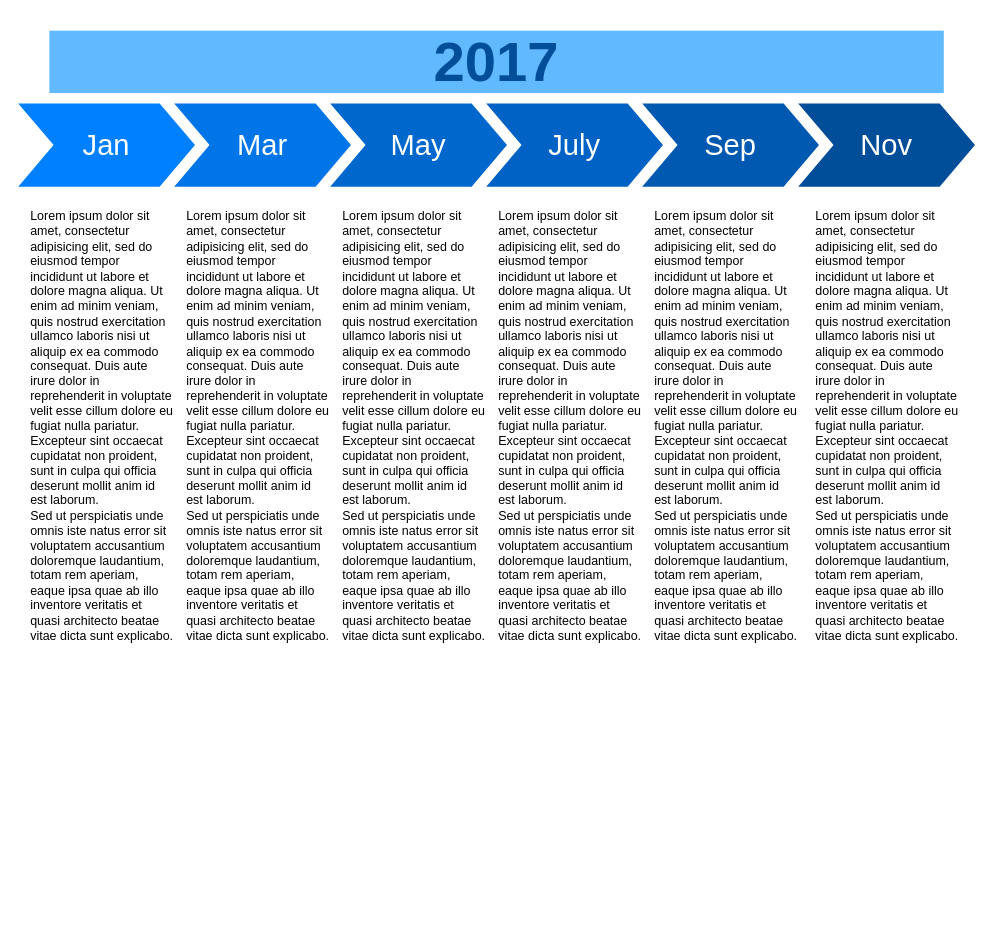
Sec-il-n/sample_4_release keeps this draw.io diagram as 名称未設定ファイル.drawio. Above is the earlier version. Source tidied: cells renumbered, new cells numbered last; positions are measured from the earlier drawing's top-left corner, leaving out a move shared by most shapes. Both pictures are drawn from the tidied source at 104%, with x=0, y=0 at pixel (18, 30).
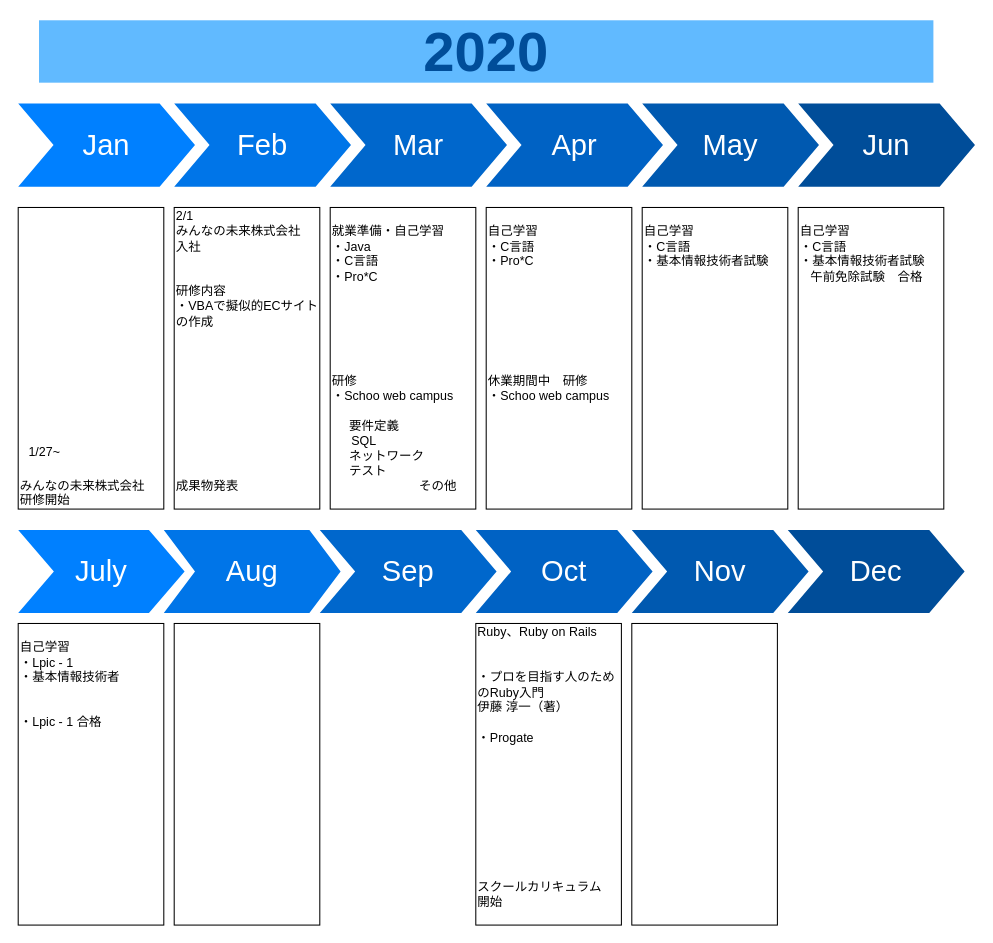
The same page after the edit.

Commit message:
名称未設定ファイル.drawio を更新します

The edit, as a diff of the source:
```diff
@@
-    <mxCell id="3" value="Mar" style="shape=step;whiteSpace=wrap;html=1;fontSize=28;fillColor=#0075E8;fontColor=#FFFFFF;strokeColor=none;" parent="1" vertex="1">
+    <mxCell id="3" value="Feb" style="shape=step;whiteSpace=wrap;html=1;fontSize=28;fillColor=#0075E8;fontColor=#FFFFFF;strokeColor=none;" parent="1" vertex="1">
       <mxGeometry x="150" y="70" width="170" height="80" as="geometry" />
     </mxCell>
-    <mxCell id="4" value="May" style="shape=step;whiteSpace=wrap;html=1;fontSize=28;fillColor=#0067CC;fontColor=#FFFFFF;strokeColor=none;" parent="1" vertex="1">
+    <mxCell id="4" value="Mar" style="shape=step;whiteSpace=wrap;html=1;fontSize=28;fillColor=#0067CC;fontColor=#FFFFFF;strokeColor=none;" parent="1" vertex="1">
       <mxGeometry x="300" y="70" width="170" height="80" as="geometry" />
     </mxCell>
-    <mxCell id="5" value="July" style="shape=step;whiteSpace=wrap;html=1;fontSize=28;fillColor=#0062C4;fontColor=#FFFFFF;strokeColor=none;" parent="1" vertex="1">
+    <mxCell id="5" value="Apr" style="shape=step;whiteSpace=wrap;html=1;fontSize=28;fillColor=#0062C4;fontColor=#FFFFFF;strokeColor=none;" parent="1" vertex="1">
       <mxGeometry x="450" y="70" width="170" height="80" as="geometry" />
     </mxCell>
-    <mxCell id="6" value="Sep" style="shape=step;whiteSpace=wrap;html=1;fontSize=28;fillColor=#0059B0;fontColor=#FFFFFF;strokeColor=none;" parent="1" vertex="1">
+    <mxCell id="6" value="May" style="shape=step;whiteSpace=wrap;html=1;fontSize=28;fillColor=#0059B0;fontColor=#FFFFFF;strokeColor=none;" parent="1" vertex="1">
       <mxGeometry x="600" y="70" width="170" height="80" as="geometry" />
     </mxCell>
-    <mxCell id="7" value="Nov" style="shape=step;whiteSpace=wrap;html=1;fontSize=28;fillColor=#004D99;fontColor=#FFFFFF;strokeColor=none;" parent="1" vertex="1">
+    <mxCell id="7" value="Jun" style="shape=step;whiteSpace=wrap;html=1;fontSize=28;fillColor=#004D99;fontColor=#FFFFFF;strokeColor=none;" parent="1" vertex="1">
       <mxGeometry x="750" y="70" width="170" height="80" as="geometry" />
     </mxCell>
-    <mxCell id="8" value="2017" style="text;html=1;strokeColor=none;fillColor=#61BAFF;align=center;verticalAlign=middle;whiteSpace=wrap;fontSize=54;fontStyle=1;fontColor=#004D99;" parent="1" vertex="1">
-      <mxGeometry x="30" width="860" height="60" as="geometry" />
+    <mxCell id="8" value="2020" style="text;html=1;strokeColor=none;fillColor=#61BAFF;align=center;verticalAlign=middle;whiteSpace=wrap;fontSize=54;fontStyle=1;fontColor=#004D99;" parent="1" vertex="1">
+      <mxGeometry x="20" y="-10" width="860" height="60" as="geometry" />
     </mxCell>
-    <mxCell id="9" value="Lorem ipsum dolor sit amet, consectetur adipisicing elit, sed do eiusmod tempor incididunt ut labore et dolore magna aliqua. Ut enim ad minim veniam, quis nostrud exercitation ullamco laboris nisi ut aliquip ex ea commodo consequat. Duis aute irure dolor in reprehenderit in voluptate velit esse cillum dolore eu fugiat nulla pariatur. Excepteur sint occaecat cupidatat non proident, sunt in culpa qui officia deserunt mollit anim id est laborum.&lt;br&gt;Sed ut perspiciatis unde omnis iste natus error sit voluptatem accusantium doloremque laudantium, totam rem aperiam, eaque ipsa quae ab illo inventore veritatis et quasi architecto beatae vitae dicta sunt explicabo." style="text;spacingTop=-5;fillColor=#ffffff;whiteSpace=wrap;html=1;align=left;fontSize=12;fontFamily=Helvetica;fillColor=none;strokeColor=none;" parent="1" vertex="1">
-      <mxGeometry x="10" y="170" width="140" height="470" as="geometry" />
-    </mxCell>
-    <mxCell id="10" value="Lorem ipsum dolor sit amet, consectetur adipisicing elit, sed do eiusmod tempor incididunt ut labore et dolore magna aliqua. Ut enim ad minim veniam, quis nostrud exercitation ullamco laboris nisi ut aliquip ex ea commodo consequat. Duis aute irure dolor in reprehenderit in voluptate velit esse cillum dolore eu fugiat nulla pariatur. Excepteur sint occaecat cupidatat non proident, sunt in culpa qui officia deserunt mollit anim id est laborum.&lt;br&gt;Sed ut perspiciatis unde omnis iste natus error sit voluptatem accusantium doloremque laudantium, totam rem aperiam, eaque ipsa quae ab illo inventore veritatis et quasi architecto beatae vitae dicta sunt explicabo." style="text;spacingTop=-5;fillColor=#ffffff;whiteSpace=wrap;html=1;align=left;fontSize=12;fontFamily=Helvetica;fillColor=none;strokeColor=none;" parent="1" vertex="1">
-      <mxGeometry x="160" y="170" width="140" height="470" as="geometry" />
-    </mxCell>
-    <mxCell id="11" value="Lorem ipsum dolor sit amet, consectetur adipisicing elit, sed do eiusmod tempor incididunt ut labore et dolore magna aliqua. Ut enim ad minim veniam, quis nostrud exercitation ullamco laboris nisi ut aliquip ex ea commodo consequat. Duis aute irure dolor in reprehenderit in voluptate velit esse cillum dolore eu fugiat nulla pariatur. Excepteur sint occaecat cupidatat non proident, sunt in culpa qui officia deserunt mollit anim id est laborum.&lt;br&gt;Sed ut perspiciatis unde omnis iste natus error sit voluptatem accusantium doloremque laudantium, totam rem aperiam, eaque ipsa quae ab illo inventore veritatis et quasi architecto beatae vitae dicta sunt explicabo." style="text;spacingTop=-5;fillColor=#ffffff;whiteSpace=wrap;html=1;align=left;fontSize=12;fontFamily=Helvetica;fillColor=none;strokeColor=none;" parent="1" vertex="1">
-      <mxGeometry x="310" y="170" width="140" height="470" as="geometry" />
-    </mxCell>
-    <mxCell id="12" value="Lorem ipsum dolor sit amet, consectetur adipisicing elit, sed do eiusmod tempor incididunt ut labore et dolore magna aliqua. Ut enim ad minim veniam, quis nostrud exercitation ullamco laboris nisi ut aliquip ex ea commodo consequat. Duis aute irure dolor in reprehenderit in voluptate velit esse cillum dolore eu fugiat nulla pariatur. Excepteur sint occaecat cupidatat non proident, sunt in culpa qui officia deserunt mollit anim id est laborum.&lt;br&gt;Sed ut perspiciatis unde omnis iste natus error sit voluptatem accusantium doloremque laudantium, totam rem aperiam, eaque ipsa quae ab illo inventore veritatis et quasi architecto beatae vitae dicta sunt explicabo." style="text;spacingTop=-5;fillColor=#ffffff;whiteSpace=wrap;html=1;align=left;fontSize=12;fontFamily=Helvetica;fillColor=none;strokeColor=none;" parent="1" vertex="1">
-      <mxGeometry x="460" y="170" width="140" height="470" as="geometry" />
-    </mxCell>
-    <mxCell id="13" value="Lorem ipsum dolor sit amet, consectetur adipisicing elit, sed do eiusmod tempor incididunt ut labore et dolore magna aliqua. Ut enim ad minim veniam, quis nostrud exercitation ullamco laboris nisi ut aliquip ex ea commodo consequat. Duis aute irure dolor in reprehenderit in voluptate velit esse cillum dolore eu fugiat nulla pariatur. Excepteur sint occaecat cupidatat non proident, sunt in culpa qui officia deserunt mollit anim id est laborum.&lt;br&gt;Sed ut perspiciatis unde omnis iste natus error sit voluptatem accusantium doloremque laudantium, totam rem aperiam, eaque ipsa quae ab illo inventore veritatis et quasi architecto beatae vitae dicta sunt explicabo." style="text;spacingTop=-5;fillColor=#ffffff;whiteSpace=wrap;html=1;align=left;fontSize=12;fontFamily=Helvetica;fillColor=none;strokeColor=none;" parent="1" vertex="1">
-      <mxGeometry x="610" y="170" width="140" height="470" as="geometry" />
-    </mxCell>
-    <mxCell id="14" value="Lorem ipsum dolor sit amet, consectetur adipisicing elit, sed do eiusmod tempor incididunt ut labore et dolore magna aliqua. Ut enim ad minim veniam, quis nostrud exercitation ullamco laboris nisi ut aliquip ex ea commodo consequat. Duis aute irure dolor in reprehenderit in voluptate velit esse cillum dolore eu fugiat nulla pariatur. Excepteur sint occaecat cupidatat non proident, sunt in culpa qui officia deserunt mollit anim id est laborum.&lt;br&gt;Sed ut perspiciatis unde omnis iste natus error sit voluptatem accusantium doloremque laudantium, totam rem aperiam, eaque ipsa quae ab illo inventore veritatis et quasi architecto beatae vitae dicta sunt explicabo." style="text;spacingTop=-5;fillColor=#ffffff;whiteSpace=wrap;html=1;align=left;fontSize=12;fontFamily=Helvetica;fillColor=none;strokeColor=none;" parent="1" vertex="1">
-      <mxGeometry x="765" y="170" width="140" height="470" as="geometry" />
-    </mxCell>
+    <mxCell id="15" value="July" style="shape=step;whiteSpace=wrap;html=1;fontSize=28;fillColor=#0080FF;fontColor=#FFFFFF;strokeColor=none;size=0.21428571428571427;" parent="1" vertex="1">
+      <mxGeometry y="480" width="160" height="80" as="geometry" />
+    </mxCell>
+    <mxCell id="16" value="Aug" style="shape=step;whiteSpace=wrap;html=1;fontSize=28;fillColor=#0075E8;fontColor=#FFFFFF;strokeColor=none;size=0.17647058823529413;" parent="1" vertex="1">
+      <mxGeometry x="140" y="480" width="170" height="80" as="geometry" />
+    </mxCell>
+    <mxCell id="17" value="Sep" style="shape=step;whiteSpace=wrap;html=1;fontSize=28;fillColor=#0067CC;fontColor=#FFFFFF;strokeColor=none;" parent="1" vertex="1">
+      <mxGeometry x="290" y="480" width="170" height="80" as="geometry" />
+    </mxCell>
+    <mxCell id="18" value="Oct" style="shape=step;whiteSpace=wrap;html=1;fontSize=28;fillColor=#0062C4;fontColor=#FFFFFF;strokeColor=none;" parent="1" vertex="1">
+      <mxGeometry x="440" y="480" width="170" height="80" as="geometry" />
+    </mxCell>
+    <mxCell id="19" value="Nov" style="shape=step;whiteSpace=wrap;html=1;fontSize=28;fillColor=#0059B0;fontColor=#FFFFFF;strokeColor=none;" parent="1" vertex="1">
+      <mxGeometry x="590" y="480" width="170" height="80" as="geometry" />
+    </mxCell>
+    <mxCell id="20" value="Dec" style="shape=step;whiteSpace=wrap;html=1;fontSize=28;fillColor=#004D99;fontColor=#FFFFFF;strokeColor=none;" parent="1" vertex="1">
+      <mxGeometry x="740" y="480" width="170" height="80" as="geometry" />
+    </mxCell>
+    <mxCell id="21" value="2/1&lt;br&gt;みんなの未来株式会社&lt;br&gt;入社&lt;br&gt;&lt;br&gt;&lt;br&gt;研修内容&lt;br&gt;・&lt;span&gt;VBAで擬似的ECサイトの作成&lt;br&gt;&lt;br&gt;&lt;br&gt;&lt;br&gt;&lt;br&gt;&lt;br&gt;&lt;br&gt;&lt;br&gt;&lt;br&gt;&lt;br&gt;&lt;br&gt;成果物発表&lt;br&gt;&lt;/span&gt;" style="text;spacingTop=-5;fillColor=#ffffff;whiteSpace=wrap;html=1;align=left;fontSize=12;fontFamily=Helvetica;fillColor=none;strokeColor=#000000;" parent="1" vertex="1">
+      <mxGeometry x="150" y="170" width="140" height="290" as="geometry" />
+    </mxCell>
+    <mxCell id="22" value="&lt;br&gt;&lt;br&gt;&lt;br&gt;&lt;br&gt;&lt;br&gt;&lt;br&gt;&lt;br&gt;&lt;br&gt;&lt;br&gt;&lt;br&gt;&lt;br&gt;&lt;br&gt;&lt;br&gt;&lt;br&gt;&lt;br&gt;&lt;br&gt;&lt;br&gt;&lt;br&gt;みんなの未来株式会社&lt;br&gt;研修開始" style="text;spacingTop=-5;fillColor=#ffffff;whiteSpace=wrap;html=1;align=left;fontSize=12;fontFamily=Helvetica;fillColor=none;strokeColor=#000000;" parent="1" vertex="1">
+      <mxGeometry y="170" width="140" height="290" as="geometry" />
+    </mxCell>
+    <mxCell id="23" value="1/27~" style="text;html=1;align=center;verticalAlign=middle;" parent="1" vertex="1">
+      <mxGeometry y="395" width="50" height="20" as="geometry" />
+    </mxCell>
+    <mxCell id="24" value="&lt;span&gt;&lt;br&gt;&lt;/span&gt;就業準備・自己学習&lt;br&gt;・Java&lt;br&gt;・C言語&lt;br&gt;・Pro*C&lt;br&gt;&lt;br&gt;&amp;nbsp; &amp;nbsp;&lt;br&gt;&lt;br&gt;&lt;br&gt;&lt;br&gt;&lt;br&gt;研修&lt;br&gt;・Schoo web&amp;nbsp;campus&lt;br&gt;&lt;br&gt;&amp;nbsp; &amp;nbsp; &amp;nbsp;要件定義&lt;br&gt;　&amp;nbsp; SQL&lt;br&gt;&amp;nbsp; &amp;nbsp; &amp;nbsp;ネットワーク&lt;br&gt;&amp;nbsp; &amp;nbsp; &amp;nbsp;テスト&amp;nbsp; &amp;nbsp; &amp;nbsp;&lt;br&gt;　　　　　　　その他　　&lt;br&gt;　&amp;nbsp;&amp;nbsp;" style="text;spacingTop=-5;fillColor=#ffffff;whiteSpace=wrap;html=1;align=left;fontSize=12;fontFamily=Helvetica;fillColor=none;strokeColor=#000000;" parent="1" vertex="1">
+      <mxGeometry x="300" y="170" width="140" height="290" as="geometry" />
+    </mxCell>
+    <mxCell id="25" value="&lt;span&gt;&lt;br&gt;&lt;/span&gt;自己学習&lt;br&gt;・C言語&lt;br&gt;・Pro*C&lt;br&gt;&lt;br&gt;&amp;nbsp; &amp;nbsp;&lt;br&gt;&lt;br&gt;&lt;br&gt;&lt;br&gt;&lt;br&gt;&lt;br&gt;休業期間中　研修&lt;br&gt;・Schoo web&amp;nbsp;campus&lt;br&gt;　&lt;br&gt;　&amp;nbsp; &lt;br&gt;　" style="text;spacingTop=-5;fillColor=#ffffff;whiteSpace=wrap;html=1;align=left;fontSize=12;fontFamily=Helvetica;fillColor=none;strokeColor=#000000;" parent="1" vertex="1">
+      <mxGeometry x="450" y="170" width="140" height="290" as="geometry" />
+    </mxCell>
+    <mxCell id="26" value="&lt;span&gt;&lt;br&gt;&lt;/span&gt;自己学習&lt;br&gt;・C言語&lt;br&gt;・基本情報技術者試験 &lt;br&gt;&lt;br&gt;&lt;br&gt;&amp;nbsp; &amp;nbsp;&lt;br&gt;&lt;br&gt;&lt;br&gt;&lt;br&gt;&lt;br&gt;&lt;br&gt;" style="text;spacingTop=-5;fillColor=#ffffff;whiteSpace=wrap;html=1;align=left;fontSize=12;fontFamily=Helvetica;fillColor=none;strokeColor=#000000;" parent="1" vertex="1">
+      <mxGeometry x="600" y="170" width="140" height="290" as="geometry" />
+    </mxCell>
+    <mxCell id="27" value="&lt;span&gt;&lt;br&gt;&lt;/span&gt;自己学習&lt;br&gt;・C言語&lt;br&gt;・基本情報技術者試験 &lt;br&gt;&amp;nbsp; &amp;nbsp;午前免除試験　合格&lt;br&gt;&lt;br&gt;&amp;nbsp; &amp;nbsp;&lt;br&gt;&lt;br&gt;&lt;br&gt;&lt;br&gt;&lt;br&gt;&lt;br&gt;" style="text;spacingTop=-5;fillColor=#ffffff;whiteSpace=wrap;html=1;align=left;fontSize=12;fontFamily=Helvetica;fillColor=none;strokeColor=#000000;" parent="1" vertex="1">
+      <mxGeometry x="750" y="170" width="140" height="290" as="geometry" />
+    </mxCell>
+    <mxCell id="28" value="&lt;span&gt;&lt;br&gt;&lt;/span&gt;自己学習&lt;br&gt;・Lpic - 1&lt;br&gt;・基本情報技術者&lt;br&gt;&lt;br&gt;&lt;br&gt;・Lpic - 1 合格&lt;br&gt;&lt;br&gt;&lt;br&gt;&amp;nbsp; &amp;nbsp;&lt;br&gt;&lt;br&gt;&lt;br&gt;&lt;br&gt;&lt;br&gt;" style="text;spacingTop=-5;fillColor=#ffffff;whiteSpace=wrap;html=1;align=left;fontSize=12;fontFamily=Helvetica;fillColor=none;strokeColor=#000000;" parent="1" vertex="1">
+      <mxGeometry y="570" width="140" height="290" as="geometry" />
+    </mxCell>
+    <mxCell id="29" style="text;spacingTop=-5;fillColor=#ffffff;whiteSpace=wrap;html=1;align=left;fontSize=12;fontFamily=Helvetica;fillColor=none;strokeColor=#000000;" parent="1" vertex="1">
+      <mxGeometry x="150" y="570" width="140" height="290" as="geometry" />
+    </mxCell>
+    <mxCell id="30" value="Ruby、Ruby on Rails&lt;br&gt;&lt;br&gt;&lt;br&gt;・プロを目指す人のためのRuby入門&lt;br&gt;伊藤 淳一（著）&lt;br&gt;&lt;br&gt;・Progate&lt;br&gt;&lt;br&gt;&lt;br&gt;&lt;br&gt;&lt;br&gt;&lt;br&gt;&lt;br&gt;&lt;br&gt;&lt;br&gt;&lt;br&gt;スクールカリキュラム&lt;br&gt;開始" style="text;spacingTop=-5;fillColor=#ffffff;whiteSpace=wrap;html=1;align=left;fontSize=12;fontFamily=Helvetica;fillColor=none;strokeColor=#000000;" parent="1" vertex="1">
+      <mxGeometry x="440" y="570" width="140" height="290" as="geometry" />
+    </mxCell>
+    <mxCell id="31" style="text;spacingTop=-5;fillColor=#ffffff;whiteSpace=wrap;html=1;align=left;fontSize=12;fontFamily=Helvetica;fillColor=none;strokeColor=#000000;" parent="1" vertex="1">
+      <mxGeometry x="590" y="570" width="140" height="290" as="geometry" />
+    </mxCell>
```
